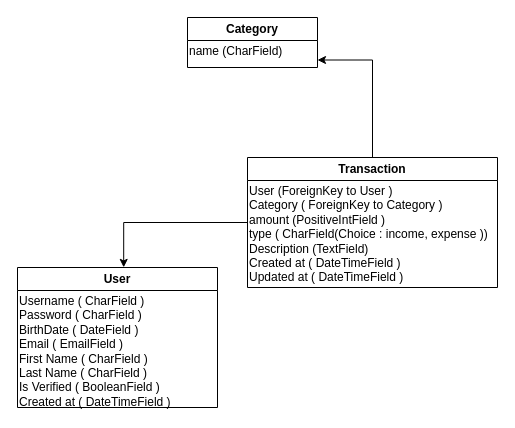
Earlier version of the draw.io diagram ICT Project.drawio (AFrenchWrench/ICT-Project). Source tidied: cells renumbered, new cells numbered last; positions are measured from the earlier drawing's top-left corner, leaving out a move shared by most shapes. Both pictures are drawn from the tidied source at 100%, with x=0, y=0 at pixel (17, 17).
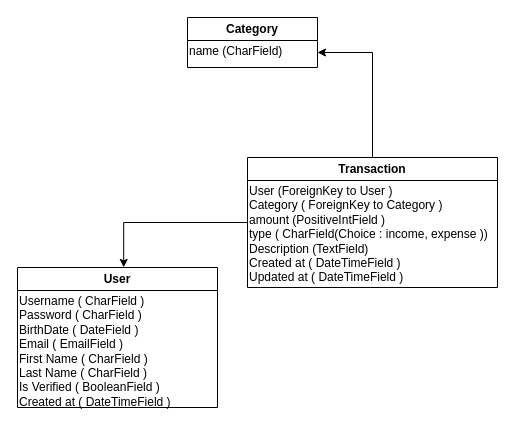
The same page after the edit.

What changed in the source:
```diff
@@
 <mxGraphModel>
   <root>
     <mxCell id="0" />
     <mxCell id="1" parent="0" />
     <mxCell id="2" value="User" style="swimlane;whiteSpace=wrap;html=1;" parent="1" vertex="1">
       <mxGeometry y="250" width="200" height="140" as="geometry" />
     </mxCell>
     <mxCell id="3" value="Username ( CharField )&lt;div&gt;Password ( CharField )&lt;/div&gt;&lt;div&gt;BirthDate ( DateField )&lt;/div&gt;&lt;div&gt;Email ( EmailField )&lt;/div&gt;&lt;div&gt;First Name ( CharField )&lt;/div&gt;&lt;div&gt;Last Name ( CharField )&lt;/div&gt;&lt;div&gt;Is Verified ( BooleanField )&lt;/div&gt;&lt;div&gt;Created at ( DateTimeField )&lt;/div&gt;" style="text;html=1;whiteSpace=wrap;overflow=hidden;rounded=0;" parent="2" vertex="1">
       <mxGeometry y="20" width="200" height="120" as="geometry" />
     </mxCell>
-    <mxCell id="4" style="edgeStyle=orthogonalEdgeStyle;rounded=0;jettySize=auto;html=1;entryX=1;entryY=0.75;entryDx=0;entryDy=0;" parent="1" edge="1" source="5" target="9">
+    <mxCell id="4" style="edgeStyle=orthogonalEdgeStyle;rounded=0;jettySize=auto;html=1;entryX=1;entryY=0.5;entryDx=0;entryDy=0;" parent="1" edge="1" source="5" target="9">
       <mxGeometry relative="1" as="geometry">
         <Array as="points">
-          <mxPoint x="355" y="42" />
+          <mxPoint x="355" y="35" />
         </Array>
       </mxGeometry>
     </mxCell>
     <mxCell id="5" value="Transaction" style="swimlane;whiteSpace=wrap;html=1;" parent="1" vertex="1">
       <mxGeometry x="230" y="140" width="250" height="130" as="geometry" />
     </mxCell>
     <mxCell id="6" value="&lt;div&gt;&lt;div&gt;User (ForeignKey to User )&lt;/div&gt;&lt;div&gt;Category ( ForeignKey to Category )&lt;/div&gt;&lt;/div&gt;amount (PositiveIntField )&lt;div&gt;type ( CharField(Choice : income, expense ))&lt;/div&gt;&lt;div&gt;Description (TextField)&lt;/div&gt;&lt;div&gt;Created at ( DateTimeField )&lt;/div&gt;&lt;div&gt;Updated at ( DateTimeField )&lt;/div&gt;&lt;div&gt;&lt;br&gt;&lt;/div&gt;" style="text;html=1;whiteSpace=wrap;overflow=hidden;rounded=0;" parent="5" vertex="1">
       <mxGeometry y="20" width="250" height="110" as="geometry" />
     </mxCell>
     <mxCell id="7" style="edgeStyle=orthogonalEdgeStyle;rounded=0;jettySize=auto;html=1;entryX=0.531;entryY=-0.001;entryDx=0;entryDy=0;entryPerimeter=0;" parent="1" edge="1" source="5" target="2">
       <mxGeometry relative="1" as="geometry" />
     </mxCell>
     <mxCell id="8" value="Category" style="swimlane;whiteSpace=wrap;html=1;" parent="1" vertex="1">
       <mxGeometry x="170" width="130" height="50" as="geometry" />
     </mxCell>
     <mxCell id="9" value="name (CharField)" style="text;html=1;whiteSpace=wrap;overflow=hidden;rounded=0;" parent="8" vertex="1">
       <mxGeometry y="20" width="130" height="30" as="geometry" />
     </mxCell>
   </root>
 </mxGraphModel>
```
